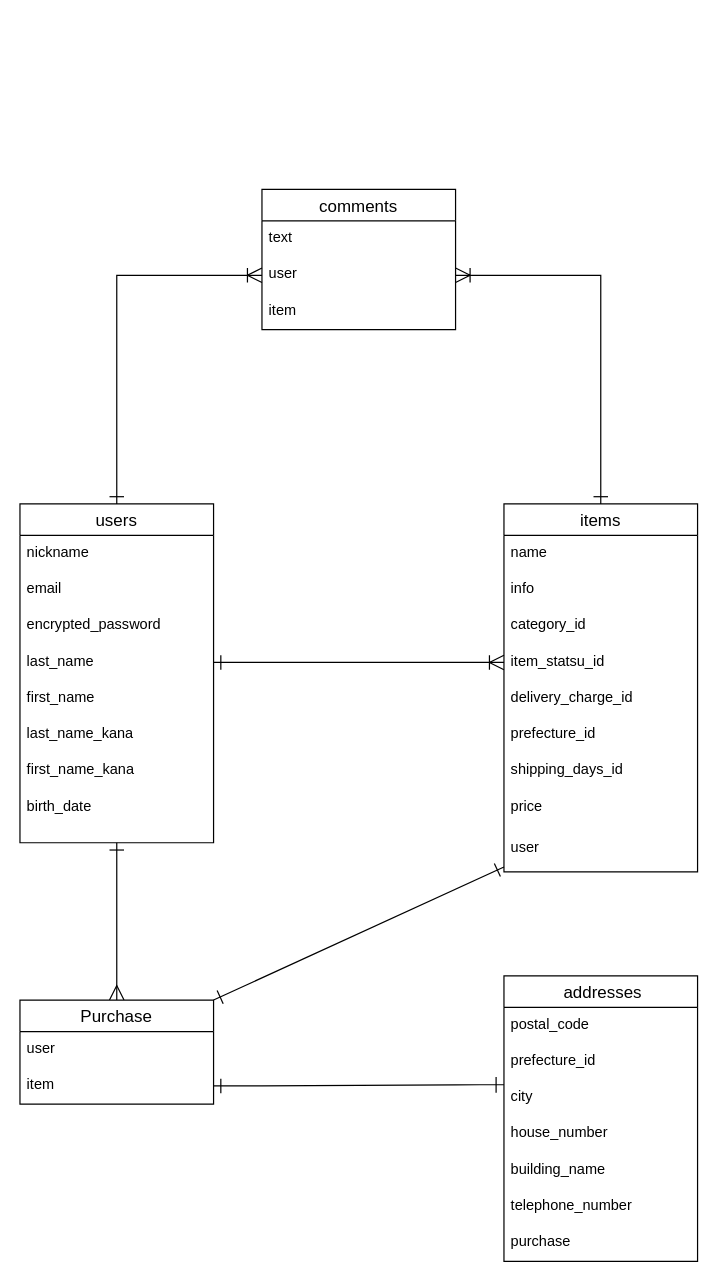
The draw.io diagram furima.dio in seedsat/furima-35823, before the edit. Source tidied: cells renumbered, new cells numbered last; positions are measured from the earlier drawing's top-left corner, leaving out a move shared by most shapes. Both pictures are drawn from the tidied source at 121%, with x=0, y=0 at pixel (19, 189).
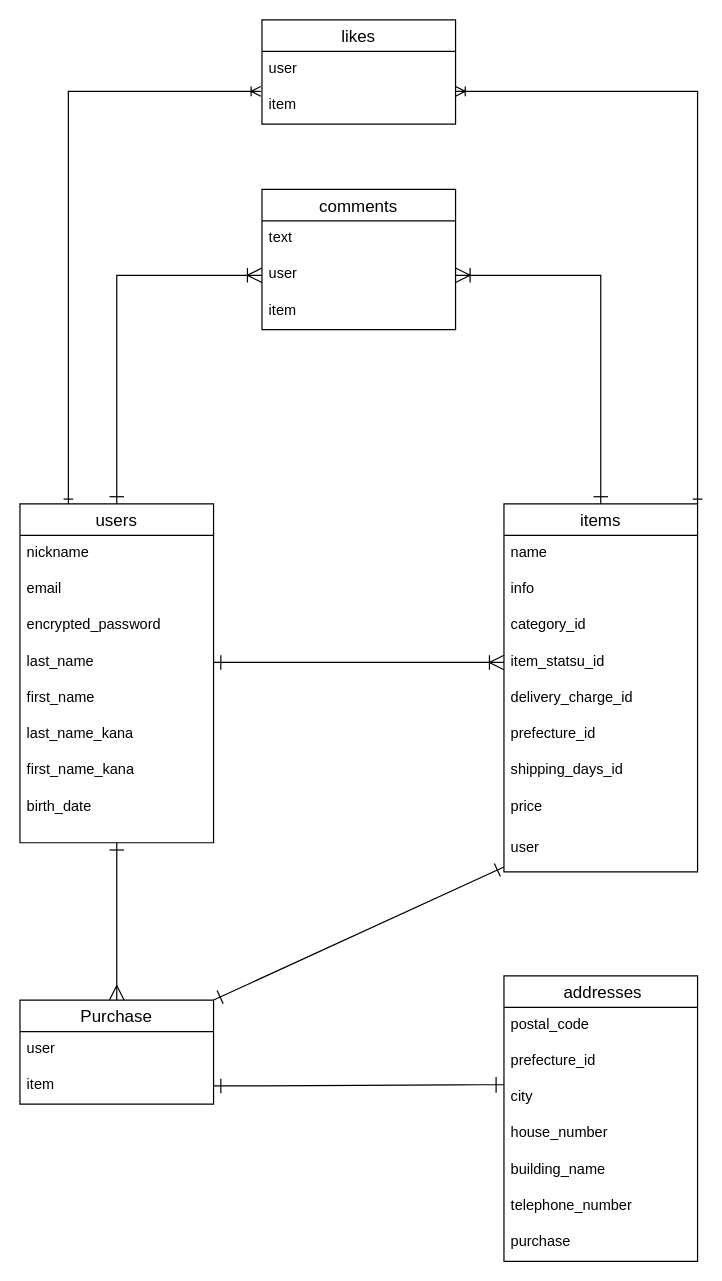
The same diagram, later.

Unchanged cells that the change refers to:
```xml
<mxCell id="3" value="users" style="swimlane;fontStyle=0;horizontal=1;startSize=26;align=center;fontSize=14;" parent="1" vertex="1">
  <mxGeometry y="260" width="160" height="280" as="geometry" />
</mxCell>
<mxCell id="14" value="items" style="swimlane;fontStyle=0;horizontal=1;startSize=26;align=center;fontSize=14;" parent="1" vertex="1">
  <mxGeometry x="400" y="260" width="160" height="304" as="geometry" />
</mxCell>
```

Change to the diagram source:
```diff
@@
+    <mxCell id="42" style="edgeStyle=orthogonalEdgeStyle;rounded=0;jettySize=auto;html=1;exitX=0.25;exitY=0;exitDx=0;exitDy=0;entryX=-0.006;entryY=0.1;entryDx=0;entryDy=0;entryPerimeter=0;endArrow=ERoneToMany;endFill=0;startArrow=ERone;startFill=0;" parent="1" edge="1" source="3" target="46">
+      <mxGeometry relative="1" as="geometry" />
+    </mxCell>
@@
+    <mxCell id="43" style="edgeStyle=orthogonalEdgeStyle;rounded=0;jettySize=auto;html=1;exitX=1;exitY=0;exitDx=0;exitDy=0;entryX=1;entryY=0.1;entryDx=0;entryDy=0;entryPerimeter=0;startArrow=ERone;startFill=0;endArrow=ERoneToMany;endFill=0;" parent="1" edge="1" source="14" target="46">
+      <mxGeometry relative="1" as="geometry" />
+    </mxCell>
@@
+    <mxCell id="44" value="likes" style="swimlane;fontStyle=0;horizontal=1;startSize=26;align=center;fontSize=14;" parent="1" vertex="1">
+      <mxGeometry x="200" y="-140" width="160" height="86" as="geometry" />
+    </mxCell>
+    <mxCell id="45" value="user" style="text;strokeColor=none;fillColor=none;spacingLeft=4;spacingRight=4;overflow=hidden;fontSize=12;" parent="44" vertex="1">
+      <mxGeometry y="26" width="160" height="30" as="geometry" />
+    </mxCell>
+    <mxCell id="46" value="item" style="text;strokeColor=none;fillColor=none;spacingLeft=4;spacingRight=4;overflow=hidden;points=[[0,0.5],[1,0.5]];portConstraint=eastwest;fontSize=12;" parent="44" vertex="1">
+      <mxGeometry y="56" width="160" height="30" as="geometry" />
+    </mxCell>
```
